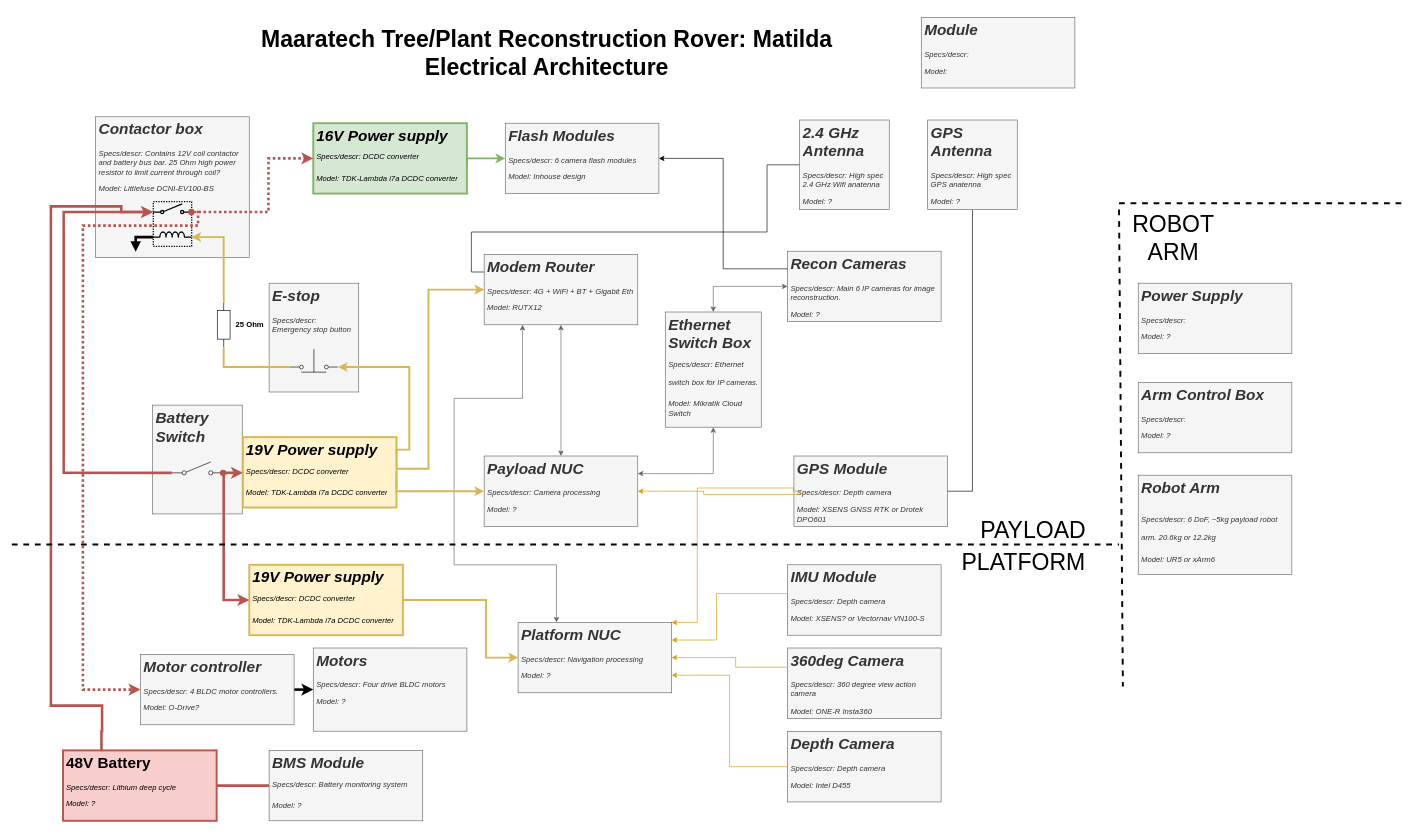
Above: page "Matilda (V3)" (2 of 3) of architecture/vinebot_mechanical_architecture.drawio in uc-vision/vinebot-hardware (draw.io), before the change. Source tidied: cells renumbered, new cells numbered last; positions are measured from the earlier drawing's top-left corner, leaving out a move shared by most shapes. Both pictures are drawn from the tidied source at 64%, with x=0, y=0 at pixel (12, 17).
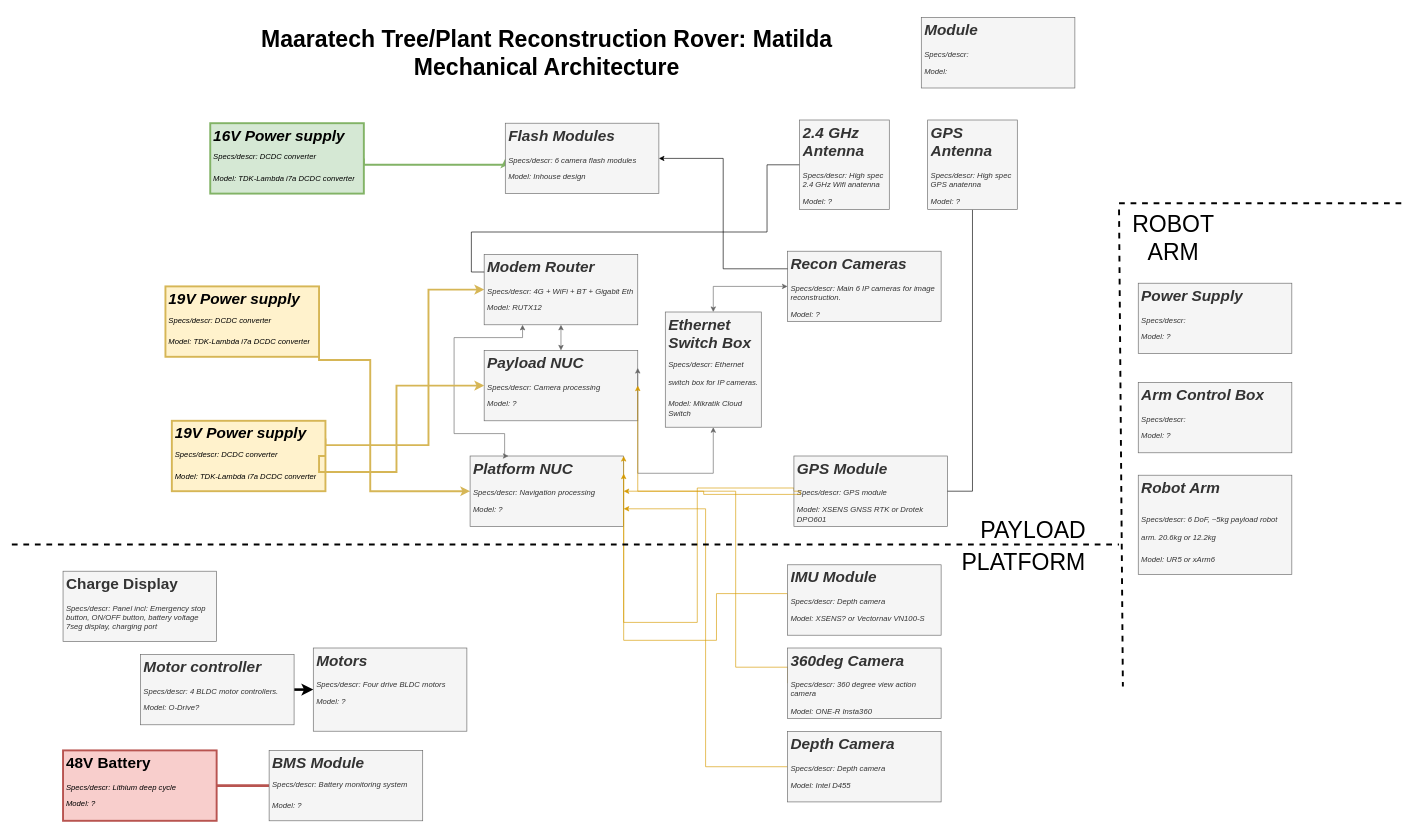
The same diagram, later.

Commit message (it also covers changes not shown here):
sync w MaaraTech folder

The change refers to these unchanged cells:
```xml
<mxCell id="8" value="&lt;h1&gt;48V Battery&lt;/h1&gt;&lt;p&gt;&lt;i&gt;Specs/descr: Lithium deep cycle&lt;/i&gt;&lt;/p&gt;&lt;p&gt;&lt;i&gt;Model: ?&lt;/i&gt;&lt;/p&gt;" style="text;html=1;spacing=5;spacingTop=-20;whiteSpace=wrap;overflow=hidden;rounded=0;fillColor=#f8cecc;strokeColor=#b85450;strokeWidth=3;" parent="1" vertex="1">
  <mxGeometry x="80" y="1145" width="240" height="110" as="geometry" />
</mxCell>
<mxCell id="11" value="&lt;h1&gt;&lt;i&gt;Motor controller&lt;/i&gt;&lt;/h1&gt;&lt;p&gt;&lt;i&gt;Specs/descr: 4 BLDC motor controllers.&lt;/i&gt;&lt;/p&gt;&lt;p&gt;&lt;i&gt;Model: O-Drive?&lt;/i&gt;&lt;/p&gt;" style="text;html=1;spacing=5;spacingTop=-20;whiteSpace=wrap;overflow=hidden;rounded=0;fillColor=#f5f5f5;fontColor=#333333;strokeColor=#666666;" parent="1" vertex="1">
  <mxGeometry x="201" y="995" width="240" height="110" as="geometry" />
</mxCell>
<mxCell id="24" value="&lt;h1&gt;&lt;i&gt;Modem Router&lt;/i&gt;&lt;/h1&gt;&lt;p&gt;&lt;i&gt;Specs/descr: 4G + WiFi + BT + Gigabit Eth&lt;/i&gt;&lt;/p&gt;&lt;p&gt;&lt;i&gt;Model: RUTX12&lt;/i&gt;&lt;/p&gt;" style="text;html=1;spacing=5;spacingTop=-20;whiteSpace=wrap;overflow=hidden;rounded=0;fillColor=#f5f5f5;fontColor=#333333;strokeColor=#666666;" parent="1" vertex="1">
  <mxGeometry x="738" y="370" width="240" height="110" as="geometry" />
</mxCell>
```

What changed in the source:
```diff
@@
-    <mxCell id="3" style="group;" parent="1" vertex="1">
-      <mxGeometry x="220" y="605.5" width="150" height="170" as="geometry" />
-    </mxCell>
-    <mxCell id="4" style="group;" parent="3" vertex="1">
-      <mxGeometry width="150" height="170" as="geometry" />
-    </mxCell>
-    <mxCell id="5" value="&lt;h1&gt;&lt;i style=&quot;background-color: initial;&quot;&gt;Battery Switch&amp;nbsp;&lt;/i&gt;&lt;/h1&gt;&lt;h1&gt;&lt;br&gt;&lt;/h1&gt;" style="text;html=1;spacing=5;spacingTop=-20;whiteSpace=wrap;overflow=hidden;rounded=0;fillColor=#f5f5f5;fontColor=#333333;strokeColor=#666666;" parent="4" vertex="1">
-      <mxGeometry width="140" height="170" as="geometry" />
-    </mxCell>
-    <mxCell id="6" style="html=1;shape=mxgraph.electrical.electro-mechanical.singleSwitch;elSwitchState=off;rotation=0;strokeWidth=1;" parent="4" vertex="1">
-      <mxGeometry x="30" y="88.8" width="80" height="21.3" as="geometry" />
-    </mxCell>
@@
     <mxCell id="13" value="&lt;h1&gt;&lt;i style=&quot;background-color: initial;&quot;&gt;16V Power supply&lt;br&gt;&lt;/i&gt;&lt;i style=&quot;background-color: initial; font-size: 12px; font-weight: normal;&quot;&gt;Specs/descr: DCDC converter&lt;/i&gt;&lt;/h1&gt;&lt;p&gt;&lt;i&gt;Model: TDK-Lambda i7a DCDC converter&lt;/i&gt;&lt;/p&gt;" style="text;html=1;spacing=5;spacingTop=-20;whiteSpace=wrap;overflow=hidden;rounded=0;fillColor=#d5e8d4;strokeColor=#82b366;strokeWidth=3;" parent="1" vertex="1">
-      <mxGeometry x="471" y="165" width="240" height="110" as="geometry" />
+      <mxGeometry x="310" y="165" width="240" height="110" as="geometry" />
     </mxCell>
@@
     <mxCell id="15" style="edgeStyle=orthogonalEdgeStyle;rounded=0;jettySize=auto;html=1;exitX=1;exitY=0.5;exitDx=0;exitDy=0;entryX=0;entryY=0.5;entryDx=0;entryDy=0;fillColor=#fff2cc;strokeColor=#d6b656;strokeWidth=3;" parent="1" edge="1" source="64" target="19">
       <mxGeometry relative="1" as="geometry">
         <Array as="points">
-          <mxPoint x="741" y="910" />
-          <mxPoint x="741" y="1000" />
+          <mxPoint x="560" y="535" />
+          <mxPoint x="560" y="740" />
         </Array>
       </mxGeometry>
     </mxCell>
     <mxCell id="16" style="edgeStyle=orthogonalEdgeStyle;rounded=0;jettySize=auto;html=1;exitX=1;exitY=0.25;exitDx=0;exitDy=0;entryX=0;entryY=0.5;entryDx=0;entryDy=0;fillColor=#fff2cc;strokeColor=#d6b656;strokeWidth=3;" parent="1" edge="1" source="17" target="24">
       <mxGeometry relative="1" as="geometry">
         <Array as="points">
-          <mxPoint x="601" y="705" />
-          <mxPoint x="651" y="705" />
+          <mxPoint x="651" y="668" />
           <mxPoint x="651" y="425" />
         </Array>
       </mxGeometry>
     </mxCell>
     <mxCell id="17" value="&lt;h1&gt;&lt;i style=&quot;background-color: initial;&quot;&gt;19V Power supply&lt;br&gt;&lt;/i&gt;&lt;i style=&quot;background-color: initial; font-size: 12px; font-weight: normal;&quot;&gt;Specs/descr: DCDC converter&lt;/i&gt;&lt;/h1&gt;&lt;p&gt;&lt;i style=&quot;border-color: var(--border-color);&quot;&gt;Model: TDK-Lambda i7a DCDC converter&lt;/i&gt;&lt;br&gt;&lt;/p&gt;" style="text;html=1;spacing=5;spacingTop=-20;whiteSpace=wrap;overflow=hidden;rounded=0;fillColor=#fff2cc;strokeColor=#d6b656;strokeWidth=3;" parent="1" vertex="1">
-      <mxGeometry x="361" y="655.5" width="240" height="110" as="geometry" />
+      <mxGeometry x="250" y="630" width="240" height="110" as="geometry" />
     </mxCell>
     <mxCell id="18" value="&lt;h1&gt;&lt;i&gt;Payload NUC&lt;/i&gt;&lt;/h1&gt;&lt;p&gt;&lt;i&gt;Specs/descr: Camera processing&lt;/i&gt;&lt;/p&gt;&lt;p&gt;&lt;i&gt;Model: ?&lt;/i&gt;&lt;/p&gt;" style="text;html=1;spacing=5;spacingTop=-20;whiteSpace=wrap;overflow=hidden;rounded=0;fillColor=#f5f5f5;fontColor=#333333;strokeColor=#666666;" parent="1" vertex="1">
-      <mxGeometry x="738" y="685" width="240" height="110" as="geometry" />
+      <mxGeometry x="738" y="520" width="240" height="110" as="geometry" />
     </mxCell>
     <mxCell id="19" value="&lt;h1&gt;&lt;i&gt;Platform NUC&lt;/i&gt;&lt;/h1&gt;&lt;p&gt;&lt;i&gt;Specs/descr: Navigation processing&lt;/i&gt;&lt;/p&gt;&lt;p&gt;&lt;i&gt;Model: ?&lt;/i&gt;&lt;/p&gt;" style="text;html=1;spacing=5;spacingTop=-20;whiteSpace=wrap;overflow=hidden;rounded=0;fillColor=#f5f5f5;fontColor=#333333;strokeColor=#666666;" parent="1" vertex="1">
-      <mxGeometry x="791" y="945" width="240" height="110" as="geometry" />
+      <mxGeometry x="716" y="685" width="240" height="110" as="geometry" />
     </mxCell>
@@
-    <mxCell id="21" value="&lt;b&gt;&lt;font style=&quot;font-size: 36px;&quot;&gt;Maaratech Tree/Plant Reconstruction Rover: Matilda&lt;br&gt;Electrical Architecture&lt;br&gt;&lt;/font&gt;&lt;/b&gt;" style="text;html=1;strokeColor=none;fillColor=none;align=center;verticalAlign=middle;whiteSpace=wrap;rounded=0;" parent="1" vertex="1">
+    <mxCell id="21" value="&lt;b&gt;&lt;font style=&quot;font-size: 36px;&quot;&gt;Maaratech Tree/Plant Reconstruction Rover: Matilda&lt;br&gt;Mechanical Architecture&lt;br&gt;&lt;/font&gt;&lt;/b&gt;" style="text;html=1;strokeColor=none;fillColor=none;align=center;verticalAlign=middle;whiteSpace=wrap;rounded=0;" parent="1" vertex="1">
       <mxGeometry x="371" y="15" width="930" height="80" as="geometry" />
     </mxCell>
     <mxCell id="22" style="edgeStyle=orthogonalEdgeStyle;rounded=0;jettySize=auto;html=1;exitX=0.25;exitY=1;exitDx=0;exitDy=0;entryX=0.25;entryY=0;entryDx=0;entryDy=0;startArrow=classic;startFill=1;fillColor=#f5f5f5;strokeColor=#666666;" parent="1" edge="1" source="24" target="19">
       <mxGeometry relative="1" as="geometry">
         <Array as="points">
-          <mxPoint x="798" y="595" />
-          <mxPoint x="691" y="595" />
-          <mxPoint x="691" y="855" />
-          <mxPoint x="851" y="855" />
+          <mxPoint x="798" y="500" />
+          <mxPoint x="691" y="500" />
+          <mxPoint x="691" y="650" />
+          <mxPoint x="770" y="650" />
+          <mxPoint x="770" y="685" />
         </Array>
       </mxGeometry>
     </mxCell>
@@
     <mxCell id="25" style="edgeStyle=orthogonalEdgeStyle;rounded=0;jettySize=auto;html=1;exitX=1;exitY=0.5;exitDx=0;exitDy=0;entryX=0;entryY=0.5;entryDx=0;entryDy=0;fillColor=#fff2cc;strokeColor=#d6b656;strokeWidth=3;" parent="1" edge="1" source="17" target="18">
       <mxGeometry relative="1" as="geometry">
         <Array as="points">
-          <mxPoint x="601" y="740" />
+          <mxPoint x="480" y="710" />
+          <mxPoint x="601" y="710" />
+          <mxPoint x="601" y="575" />
         </Array>
       </mxGeometry>
     </mxCell>
@@
-    <mxCell id="35" value="&lt;h1&gt;&lt;i&gt;GPS Module&lt;/i&gt;&lt;/h1&gt;&lt;p&gt;&lt;i&gt;Specs/descr: Depth camera&lt;/i&gt;&lt;/p&gt;&lt;p&gt;&lt;i&gt;Model: XSENS GNSS RTK or Drotek DPO601&lt;/i&gt;&lt;/p&gt;" style="text;html=1;spacing=5;spacingTop=-20;whiteSpace=wrap;overflow=hidden;rounded=0;fillColor=#f5f5f5;fontColor=#333333;strokeColor=#666666;" parent="1" vertex="1">
+    <mxCell id="35" value="&lt;h1&gt;&lt;i&gt;GPS Module&lt;/i&gt;&lt;/h1&gt;&lt;p&gt;&lt;i&gt;Specs/descr: GPS module&lt;/i&gt;&lt;/p&gt;&lt;p&gt;&lt;i&gt;Model: XSENS GNSS RTK or Drotek DPO601&lt;/i&gt;&lt;/p&gt;" style="text;html=1;spacing=5;spacingTop=-20;whiteSpace=wrap;overflow=hidden;rounded=0;fillColor=#f5f5f5;fontColor=#333333;strokeColor=#666666;" parent="1" vertex="1">
       <mxGeometry x="1222" y="685" width="240" height="110" as="geometry" />
     </mxCell>
@@
-    <mxCell id="40" style="group;" parent="1" vertex="1">
-      <mxGeometry x="131" y="155" width="240" height="220" as="geometry" />
-    </mxCell>
-    <mxCell id="41" style="group;" parent="40" vertex="1">
-      <mxGeometry width="240" height="220" as="geometry" />
-    </mxCell>
-    <mxCell id="42" value="&lt;h1&gt;&lt;i&gt;Contactor box&lt;/i&gt;&lt;/h1&gt;&lt;p&gt;&lt;i&gt;Specs/descr: Contains 12V coil contactor and battery bus bar. 25 Ohm high power resistor to limit current through coil?&lt;/i&gt;&lt;/p&gt;&lt;p&gt;&lt;i&gt;Model: Littlefuse DCNI-EV100-BS&lt;/i&gt;&lt;/p&gt;" style="text;html=1;spacing=5;spacingTop=-20;whiteSpace=wrap;overflow=hidden;rounded=0;fillColor=#f5f5f5;fontColor=#333333;strokeColor=#666666;" parent="41" vertex="1">
-      <mxGeometry width="240" height="220" as="geometry" />
-    </mxCell>
-    <mxCell id="43" style="group;rotation=90;" parent="41" vertex="1">
-      <mxGeometry x="92.5" y="130" width="62.5" height="67.5" as="geometry" />
-    </mxCell>
-    <mxCell id="44" style="rounded=0;whiteSpace=wrap;html=1;fillColor=none;dashed=1;dashPattern=1 1;strokeWidth=2;rotation=90;" parent="43" vertex="1">
-      <mxGeometry x="-7.5" y="7.5" width="70" height="60" as="geometry" />
-    </mxCell>
-    <mxCell id="45" style="edgeStyle=orthogonalEdgeStyle;rounded=0;jettySize=auto;html=1;exitX=0;exitY=1;exitDx=0;exitDy=0;exitPerimeter=0;endArrow=block;endFill=1;strokeWidth=4;" parent="43" edge="1" source="47">
-      <mxGeometry relative="1" as="geometry">
-        <mxPoint x="-30" y="81" as="targetPoint" />
-        <Array as="points">
-          <mxPoint x="-30" y="58" />
-        </Array>
-      </mxGeometry>
-    </mxCell>
-    <mxCell id="46" style="html=1;shape=mxgraph.electrical.electro-mechanical.singleSwitch;elSwitchState=off;rotation=0;strokeWidth=2;" parent="43" vertex="1">
-      <mxGeometry x="-3" y="6" width="60" height="16" as="geometry" />
-    </mxCell>
-    <mxCell id="47" style="verticalLabelPosition=bottom;shadow=0;dashed=0;align=center;html=1;verticalAlign=top;shape=mxgraph.electrical.inductors.inductor_3;rotation=0;strokeWidth=2;" parent="43" vertex="1">
-      <mxGeometry x="-3" y="50" width="60" height="8" as="geometry" />
-    </mxCell>
-    <mxCell id="48" style="edgeStyle=orthogonalEdgeStyle;rounded=0;jettySize=auto;html=1;exitX=1;exitY=0.8;exitDx=0;exitDy=0;entryX=0;entryY=0.5;entryDx=0;entryDy=0;fillColor=#f8cecc;strokeColor=#b85450;strokeWidth=4;" parent="1" edge="1" source="6" target="17">
-      <mxGeometry relative="1" as="geometry" />
-    </mxCell>
-    <mxCell id="49" style="edgeStyle=orthogonalEdgeStyle;rounded=0;jettySize=auto;html=1;exitX=1;exitY=0.8;exitDx=0;exitDy=0;entryX=0;entryY=0.5;entryDx=0;entryDy=0;fillColor=#f8cecc;strokeColor=#b85450;strokeWidth=4;startArrow=oval;startFill=1;dashed=1;dashPattern=1 1;" parent="1" edge="1" source="46" target="13">
-      <mxGeometry relative="1" as="geometry">
-        <Array as="points">
-          <mxPoint x="401" y="304" />
-          <mxPoint x="401" y="220" />
-        </Array>
-      </mxGeometry>
-    </mxCell>
-    <mxCell id="50" style="group;" parent="1" vertex="1">
-      <mxGeometry x="321" y="445" width="81" height="70" as="geometry" />
-    </mxCell>
-    <mxCell id="51" style="verticalLabelPosition=bottom;shadow=0;dashed=0;align=center;html=1;verticalAlign=top;shape=mxgraph.electrical.resistors.resistor_1;rotation=90;" parent="50" vertex="1">
-      <mxGeometry x="-25" y="25" width="70" height="20" as="geometry" />
-    </mxCell>
-    <mxCell id="52" value="&lt;b&gt;25 Ohm&lt;/b&gt;" style="text;html=1;strokeColor=none;fillColor=none;align=center;verticalAlign=middle;whiteSpace=wrap;rounded=0;" parent="50" vertex="1">
-      <mxGeometry x="21" y="20" width="60" height="30" as="geometry" />
-    </mxCell>
-    <mxCell id="53" style="group;" parent="1" vertex="1">
-      <mxGeometry x="402" y="415" width="140" height="170" as="geometry" />
-    </mxCell>
-    <mxCell id="54" value="&lt;h1&gt;&lt;i&gt;E-stop&lt;/i&gt;&lt;/h1&gt;&lt;p&gt;&lt;i&gt;Specs/descr: Emergency stop button&lt;/i&gt;&lt;/p&gt;" style="text;html=1;spacing=5;spacingTop=-20;whiteSpace=wrap;overflow=hidden;rounded=0;fillColor=#f5f5f5;fontColor=#333333;strokeColor=#666666;" parent="53" vertex="1">
-      <mxGeometry width="140" height="170" as="geometry" />
-    </mxCell>
-    <mxCell id="55" style="verticalLabelPosition=bottom;shadow=0;dashed=0;align=center;html=1;verticalAlign=top;shape=mxgraph.electrical.electro-mechanical.pushbuttonBreak2;elSwitchState=off;" parent="53" vertex="1">
-      <mxGeometry x="32.5" y="99" width="75" height="40" as="geometry" />
-    </mxCell>
-    <mxCell id="56" style="edgeStyle=orthogonalEdgeStyle;rounded=0;jettySize=auto;html=1;exitX=0;exitY=0.8;exitDx=0;exitDy=0;entryX=1;entryY=0.5;entryDx=0;entryDy=0;entryPerimeter=0;endArrow=none;endFill=0;fillColor=#fff2cc;strokeColor=#d6b656;strokeWidth=3;" parent="1" edge="1" source="55" target="51">
-      <mxGeometry relative="1" as="geometry" />
-    </mxCell>
-    <mxCell id="57" style="edgeStyle=orthogonalEdgeStyle;rounded=0;jettySize=auto;html=1;exitX=1;exitY=1;exitDx=0;exitDy=0;exitPerimeter=0;entryX=0;entryY=0.5;entryDx=0;entryDy=0;entryPerimeter=0;endArrow=none;endFill=0;startArrow=classic;startFill=1;fillColor=#fff2cc;strokeColor=#d6b656;strokeWidth=3;" parent="1" edge="1" source="47" target="51">
-      <mxGeometry relative="1" as="geometry">
-        <Array as="points">
-          <mxPoint x="331" y="343" />
-        </Array>
-      </mxGeometry>
-    </mxCell>
-    <mxCell id="58" style="edgeStyle=orthogonalEdgeStyle;rounded=0;jettySize=auto;html=1;exitX=1;exitY=0.8;exitDx=0;exitDy=0;entryX=1;entryY=0.25;entryDx=0;entryDy=0;endArrow=none;endFill=0;startArrow=classic;startFill=1;fillColor=#fff2cc;strokeColor=#d6b656;strokeWidth=3;" parent="1" edge="1" source="55" target="17">
-      <mxGeometry relative="1" as="geometry">
-        <Array as="points">
-          <mxPoint x="621" y="546" />
-          <mxPoint x="621" y="675" />
-          <mxPoint x="601" y="675" />
-        </Array>
-      </mxGeometry>
-    </mxCell>
-    <mxCell id="59" style="edgeStyle=orthogonalEdgeStyle;rounded=0;jettySize=auto;html=1;exitX=1;exitY=0.8;exitDx=0;exitDy=0;entryX=0;entryY=0.5;entryDx=0;entryDy=0;fillColor=#f8cecc;strokeColor=#b85450;strokeWidth=4;dashed=1;dashPattern=1 1;" parent="1" edge="1" source="46" target="11">
-      <mxGeometry relative="1" as="geometry">
-        <Array as="points">
-          <mxPoint x="291" y="304" />
-          <mxPoint x="291" y="325" />
-          <mxPoint x="111" y="325" />
-          <mxPoint x="111" y="1050" />
-        </Array>
-      </mxGeometry>
-    </mxCell>
-    <mxCell id="60" style="edgeStyle=orthogonalEdgeStyle;rounded=0;jettySize=auto;html=1;exitX=0;exitY=0.8;exitDx=0;exitDy=0;entryX=0;entryY=0.8;entryDx=0;entryDy=0;fillColor=#f8cecc;strokeColor=#b85450;strokeWidth=4;" parent="1" edge="1" source="6" target="46">
-      <mxGeometry relative="1" as="geometry">
-        <Array as="points">
-          <mxPoint x="81" y="711" />
-          <mxPoint x="81" y="304" />
-        </Array>
-      </mxGeometry>
-    </mxCell>
@@
-    <mxCell id="63" style="edgeStyle=orthogonalEdgeStyle;rounded=0;jettySize=auto;html=1;exitX=0;exitY=0.8;exitDx=0;exitDy=0;entryX=0.25;entryY=0;entryDx=0;entryDy=0;fillColor=#f8cecc;strokeColor=#b85450;strokeWidth=4;endArrow=none;endFill=0;startArrow=classic;startFill=1;" parent="1" edge="1" source="46" target="8">
-      <mxGeometry relative="1" as="geometry">
-        <Array as="points">
-          <mxPoint x="171" y="304" />
-          <mxPoint x="171" y="295" />
-          <mxPoint x="61" y="295" />
-          <mxPoint x="61" y="1075" />
-          <mxPoint x="141" y="1075" />
-          <mxPoint x="141" y="1115" />
-        </Array>
-      </mxGeometry>
-    </mxCell>
     <mxCell id="64" value="&lt;h1&gt;&lt;i style=&quot;background-color: initial;&quot;&gt;19V Power supply&lt;br&gt;&lt;/i&gt;&lt;i style=&quot;background-color: initial; font-size: 12px; font-weight: normal;&quot;&gt;Specs/descr: DCDC converter&lt;/i&gt;&lt;/h1&gt;&lt;p&gt;&lt;i style=&quot;border-color: var(--border-color);&quot;&gt;Model: TDK-Lambda i7a DCDC converter&lt;/i&gt;&lt;br&gt;&lt;/p&gt;" style="text;html=1;spacing=5;spacingTop=-20;whiteSpace=wrap;overflow=hidden;rounded=0;fillColor=#fff2cc;strokeColor=#d6b656;strokeWidth=3;" parent="1" vertex="1">
-      <mxGeometry x="371" y="855" width="240" height="110" as="geometry" />
+      <mxGeometry x="240" y="420" width="240" height="110" as="geometry" />
     </mxCell>
@@
-    <mxCell id="69" style="edgeStyle=orthogonalEdgeStyle;rounded=0;jettySize=auto;html=1;exitX=1;exitY=0.8;exitDx=0;exitDy=0;entryX=0;entryY=0.5;entryDx=0;entryDy=0;fillColor=#f8cecc;strokeColor=#b85450;strokeWidth=4;startArrow=oval;startFill=1;" parent="1" edge="1" source="6" target="64">
-      <mxGeometry relative="1" as="geometry">
-        <Array as="points">
-          <mxPoint x="331" y="711" />
-          <mxPoint x="331" y="910" />
-        </Array>
-      </mxGeometry>
-    </mxCell>
@@
+    <mxCell id="78" value="&lt;h1&gt;Charge Display&lt;/h1&gt;&lt;p&gt;&lt;i&gt;Specs/descr: Panel incl: Emergency stop button, ON/OFF button, battery voltage 7seg display, charging port&amp;nbsp;&lt;/i&gt;&lt;/p&gt;" style="text;html=1;spacing=5;spacingTop=-20;whiteSpace=wrap;overflow=hidden;rounded=0;fillColor=#f5f5f5;fontColor=#333333;strokeColor=#666666;" parent="1" vertex="1">
+      <mxGeometry x="80" y="865" width="240" height="110" as="geometry" />
+    </mxCell>
```
